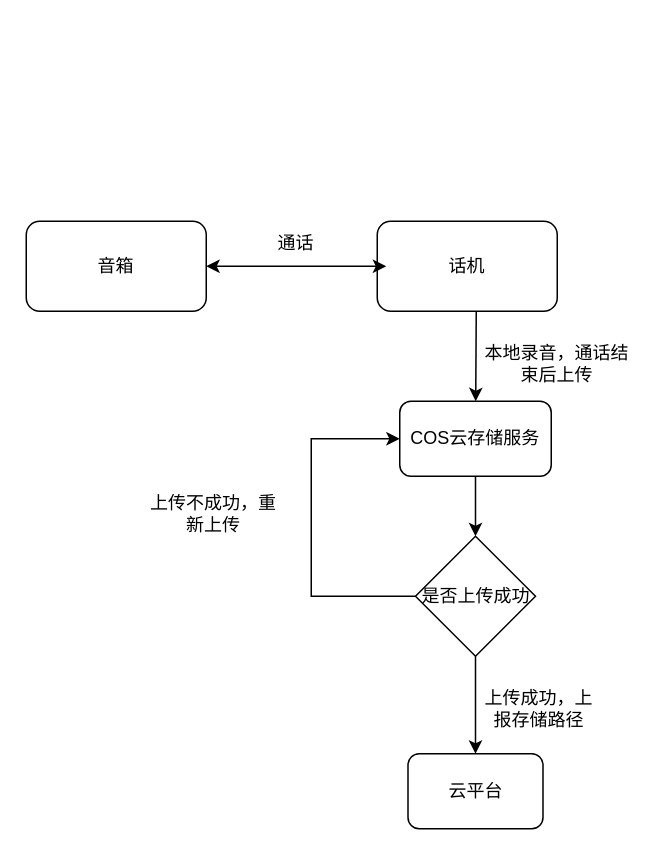
Above: xzzh/话机上报通话.drawio in daniel-7d/draw (draw.io), before the change. Source tidied: cells renumbered, new cells numbered last; positions are measured from the earlier drawing's top-left corner, leaving out a move shared by most shapes. Both pictures are drawn from the tidied source at 150%, with x=0, y=0 at pixel (26, 220).
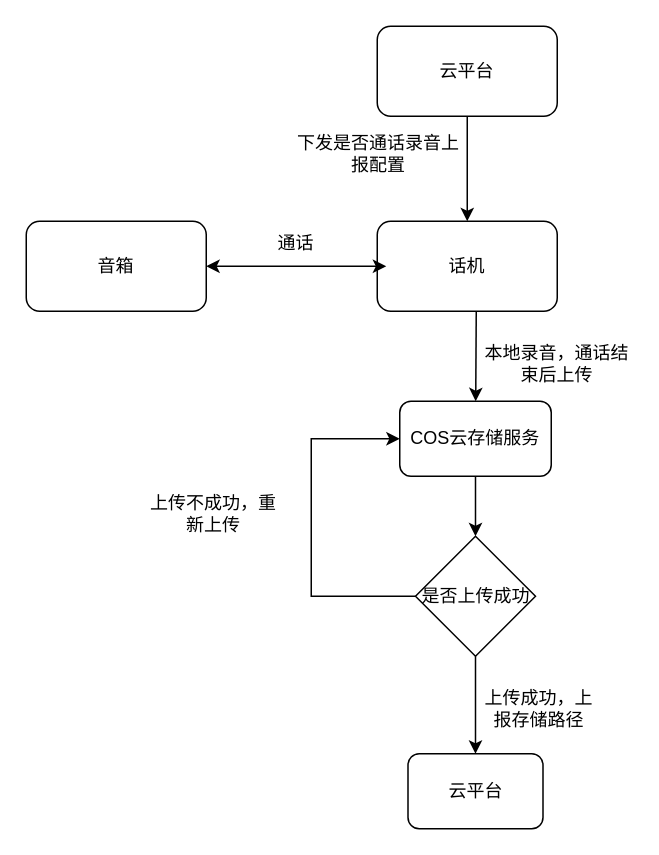
The same page after the edit.

Commit message (it also covers changes not shown here):
更新话机上报通话.drawio

Unchanged cells that the change refers to:
```xml
<mxCell id="2" value="话机" style="rounded=1;whiteSpace=wrap;html=1;" parent="1" vertex="1">
  <mxGeometry x="234" width="120" height="60" as="geometry" />
</mxCell>
```

Diff of the diagram source:
```diff
@@
+    <mxCell id="16" style="edgeStyle=orthogonalEdgeStyle;rounded=0;jettySize=auto;html=1;exitX=0.5;exitY=1;exitDx=0;exitDy=0;entryX=0.5;entryY=0;entryDx=0;entryDy=0;" parent="1" edge="1" source="17" target="2">
+      <mxGeometry relative="1" as="geometry" />
+    </mxCell>
+    <mxCell id="17" value="云平台" style="rounded=1;whiteSpace=wrap;html=1;" parent="1" vertex="1">
+      <mxGeometry x="234" y="-130" width="120" height="60" as="geometry" />
+    </mxCell>
+    <mxCell id="18" value="下发是否通话录音上报配置" style="text;html=1;strokeColor=none;fillColor=none;align=center;verticalAlign=middle;whiteSpace=wrap;rounded=0;" parent="1" vertex="1">
+      <mxGeometry x="180" y="-60" width="110" height="30" as="geometry" />
+    </mxCell>
```
